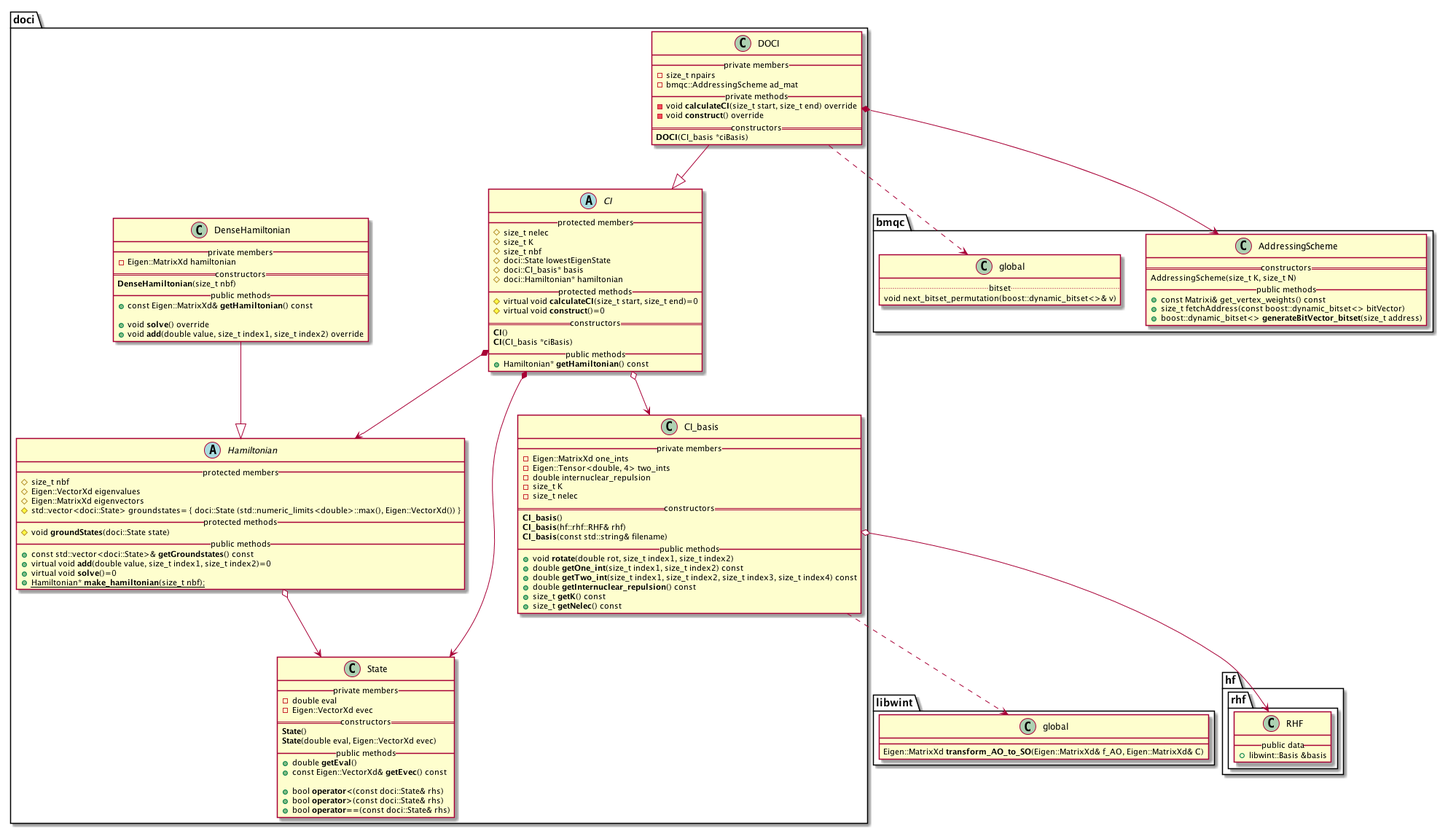
Above: docs/ci_UML_diagram.png in tmhuysen/ci (PlantUML), before the change.
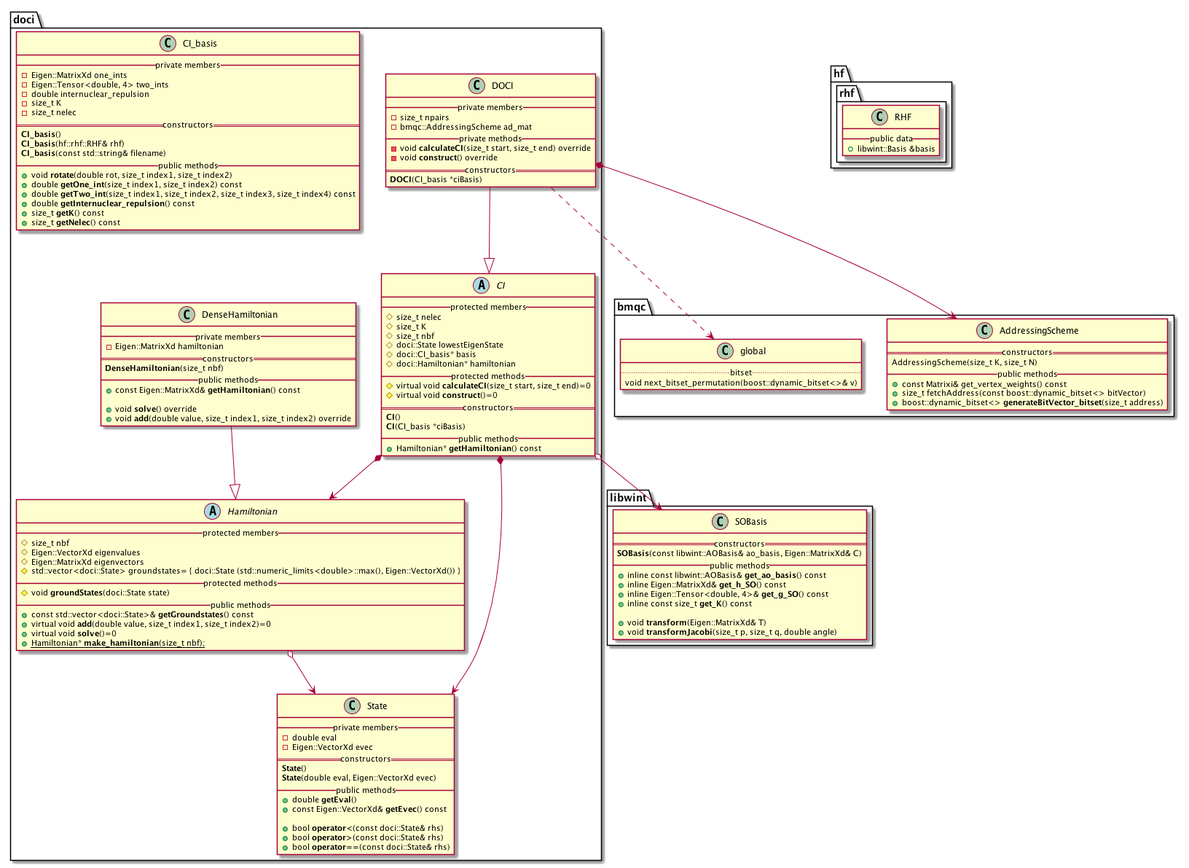
The same diagram one commit later.

Commit message:
Added SOBasis as a dependency.

Diff of the diagram source:
```diff
@@ -119,8 +119,17 @@
 }
 
 namespace libwint {
-    class global {
-        Eigen::MatrixXd **transform_AO_to_SO**(Eigen::MatrixXd& f_AO, Eigen::MatrixXd& C)
+    class SOBasis {
+        == constructors ==
+            **SOBasis**(const libwint::AOBasis& ao_basis, Eigen::MatrixXd& C)
+        __ public methods __
+            + inline const libwint::AOBasis& **get_ao_basis**() const
+            + inline Eigen::MatrixXd& **get_h_SO**() const
+            + inline Eigen::Tensor<double, 4>& **get_g_SO**() const
+            + inline const size_t **get_K**() const
+
+            + void **transform**(Eigen::MatrixXd& T)
+            + void **transformJacobi**(size_t p, size_t q, double angle)
     }
 }
 
@@ -134,15 +143,12 @@
 }
 
 
-doci.CI_basis ..> libwint.global
-doci.CI_basis o--> hf.rhf.RHF
-
 doci.Hamiltonian o--> doci.State
 
 doci.DenseHamiltonian --|> doci.Hamiltonian
 
 doci.CI *--> doci.State
-doci.CI o--> doci.CI_basis
+doci.CI o--> libwint.SOBasis
 doci.CI *--> doci.Hamiltonian
 
 doci.DOCI --|> doci.CI
```
